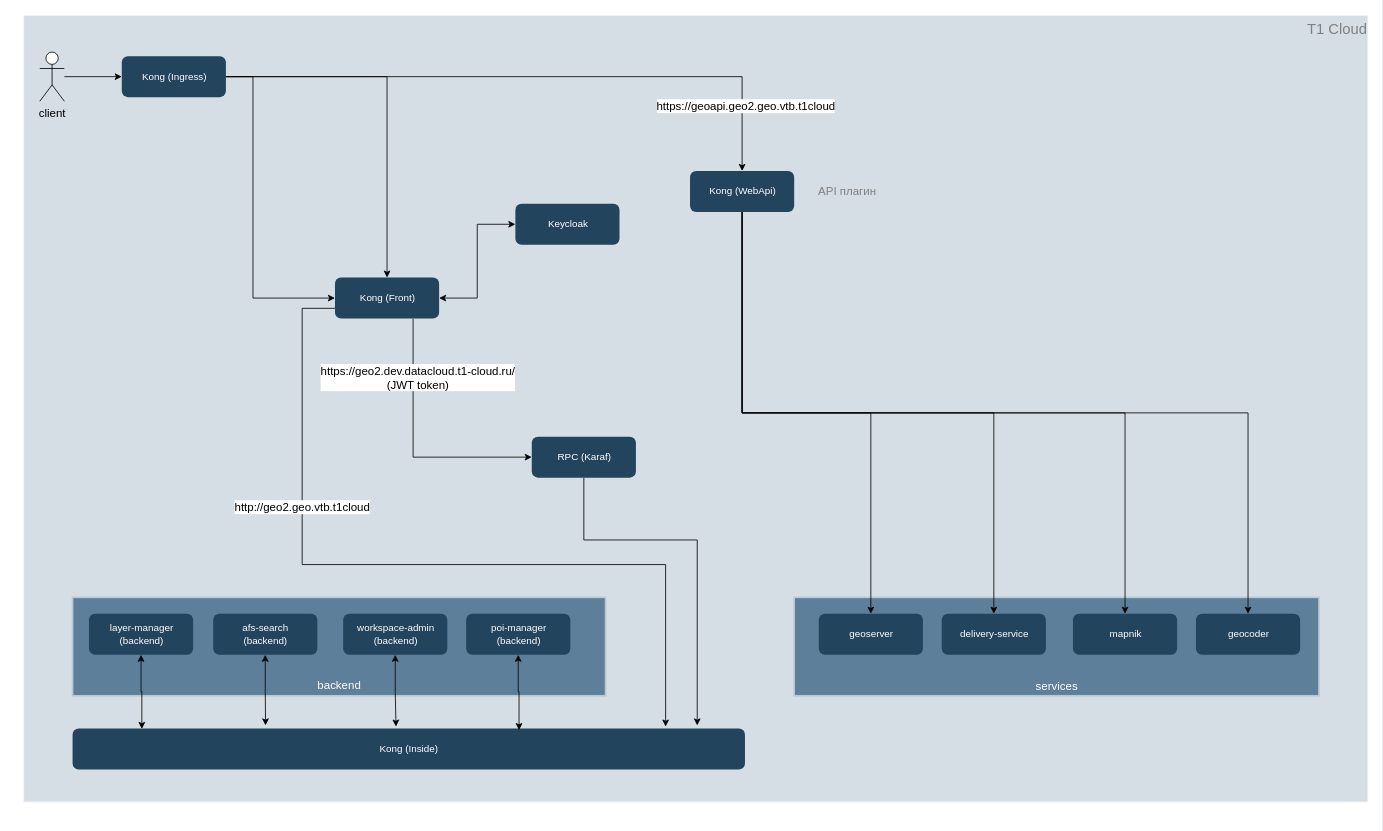
isfomin/diagrams keeps this draw.io diagram as src/Диаграмма без названия.drawio. Above is the earlier version. Source tidied: cells renumbered, new cells numbered last; positions are measured from the earlier drawing's top-left corner, leaving out a move shared by most shapes. Both pictures are drawn from the tidied source at 82%, with x=0, y=0 at pixel (23, 15).
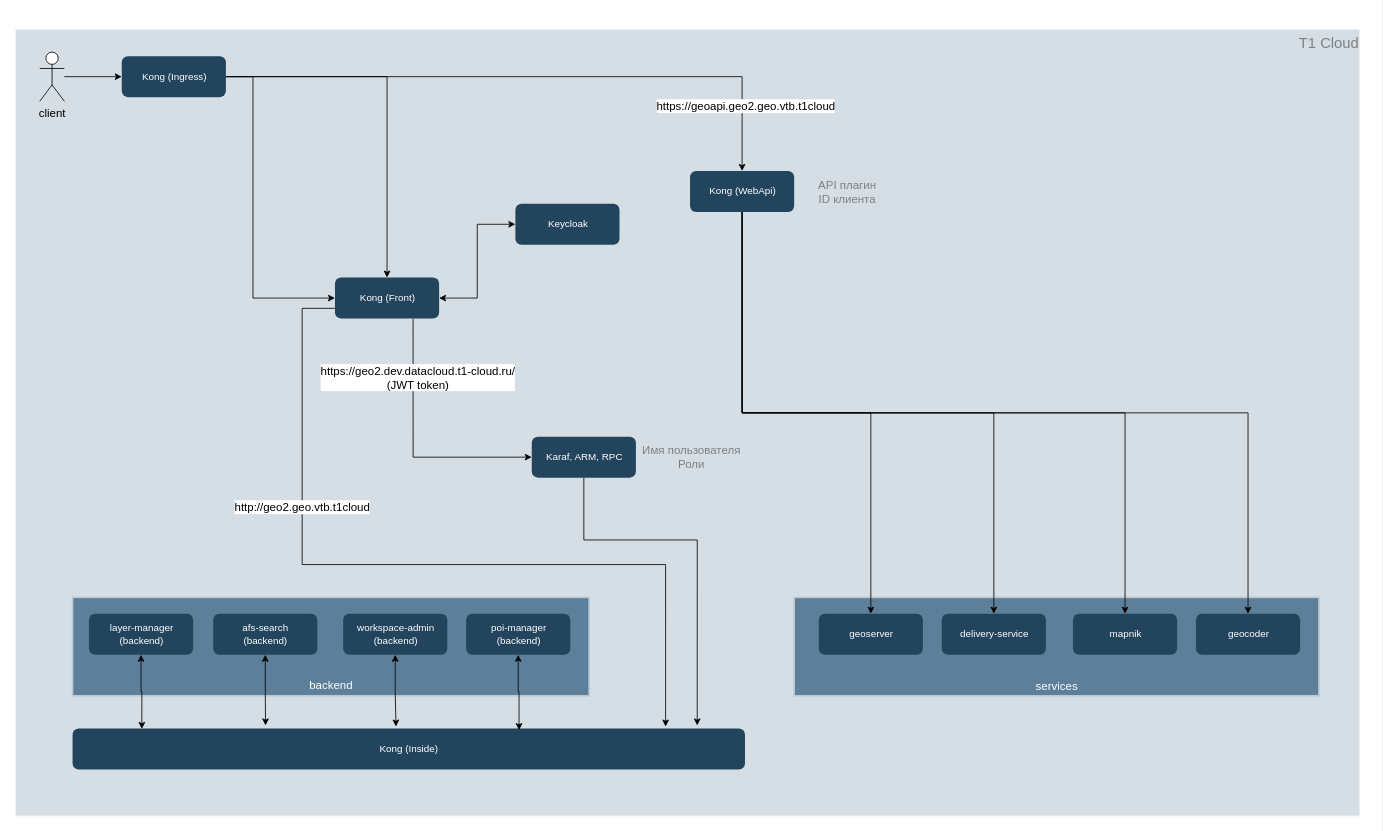
The same page after the edit.

The edit, as a diff of the source:
```diff
@@
     <mxCell id="2" value="&lt;font color=&quot;#808080&quot;&gt;Т1 Cloud&lt;/font&gt;" style="strokeColor=#FFFFFF;fillColor=#BAC8D3;fontSize=18;strokeWidth=2;fontFamily=Helvetica;html=1;opacity=60;verticalAlign=top;align=right;" parent="1" vertex="1">
-      <mxGeometry width="1640" height="960" as="geometry" />
+      <mxGeometry x="-10" y="17" width="1640" height="960" as="geometry" />
     </mxCell>
@@
     <mxCell id="5" value="&lt;font style=&quot;font-size: 14px;&quot;&gt;backend&lt;/font&gt;" style="strokeColor=#BAC8D3;fillColor=#5d7f99;fontSize=19;strokeWidth=2;horizontal=1;fontFamily=Helvetica;html=1;labelBackgroundColor=none;fontColor=#FFFFFF;verticalAlign=bottom;" parent="1" vertex="1">
-      <mxGeometry x="60" y="710" width="650" height="120" as="geometry" />
+      <mxGeometry x="60" y="710" width="630" height="120" as="geometry" />
     </mxCell>
@@
-    <mxCell id="17" value="&lt;font color=&quot;#ffffff&quot;&gt;RPC (Karaf)&lt;/font&gt;" style="rounded=1;fillColor=#23445D;strokeColor=none;strokeWidth=2;fontFamily=Helvetica;html=1;gradientColor=none;" parent="1" vertex="1">
+    <mxCell id="17" value="&lt;span style=&quot;color: rgb(255, 255, 255);&quot;&gt;Karaf, ARM,&amp;nbsp;&lt;/span&gt;&lt;font color=&quot;#ffffff&quot;&gt;RPC&lt;/font&gt;" style="rounded=1;fillColor=#23445D;strokeColor=none;strokeWidth=2;fontFamily=Helvetica;html=1;gradientColor=none;" parent="1" vertex="1">
       <mxGeometry x="620" y="514" width="127" height="50" as="geometry" />
     </mxCell>
@@
-    <mxCell id="38" value="API плагин" style="text;html=1;strokeColor=none;fillColor=none;align=center;verticalAlign=middle;whiteSpace=wrap;rounded=0;fontSize=14;fontColor=#808080;" parent="1" vertex="1">
+    <mxCell id="38" value="API плагин&lt;br&gt;ID клиента" style="text;html=1;strokeColor=none;fillColor=none;align=center;verticalAlign=middle;whiteSpace=wrap;rounded=0;fontSize=14;fontColor=#808080;" parent="1" vertex="1">
       <mxGeometry x="960" y="200" width="90" height="30" as="geometry" />
     </mxCell>
+    <mxCell id="39" value="Имя пользователя&lt;br&gt;Роли" style="text;html=1;strokeColor=none;fillColor=none;align=center;verticalAlign=middle;whiteSpace=wrap;rounded=0;fontSize=14;fontColor=#808080;" parent="1" vertex="1">
+      <mxGeometry x="750" y="524" width="130" height="30" as="geometry" />
+    </mxCell>
```
